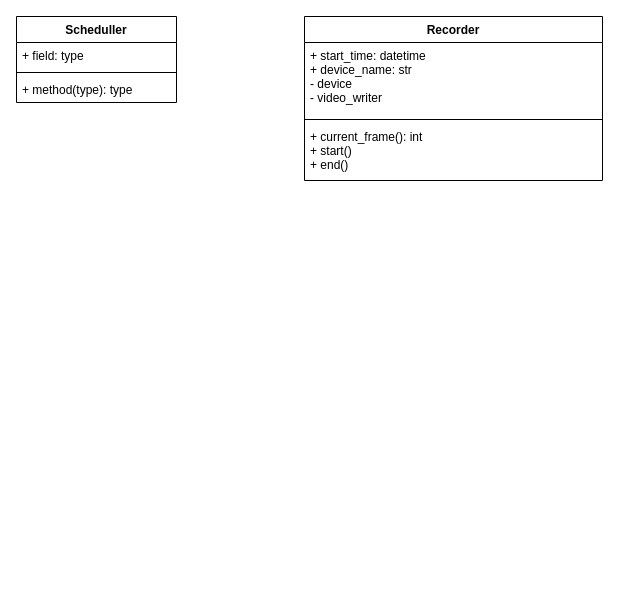
The draw.io diagram docs/design/class_diagram.drawio in gw-team2/Tomoe-RGBcam-sdk, before the edit. Source tidied: cells renumbered, new cells numbered last; positions are measured from the earlier drawing's top-left corner, leaving out a move shared by most shapes. Both pictures are drawn from the tidied source at 100%, with x=0, y=0 at pixel (16, 16).
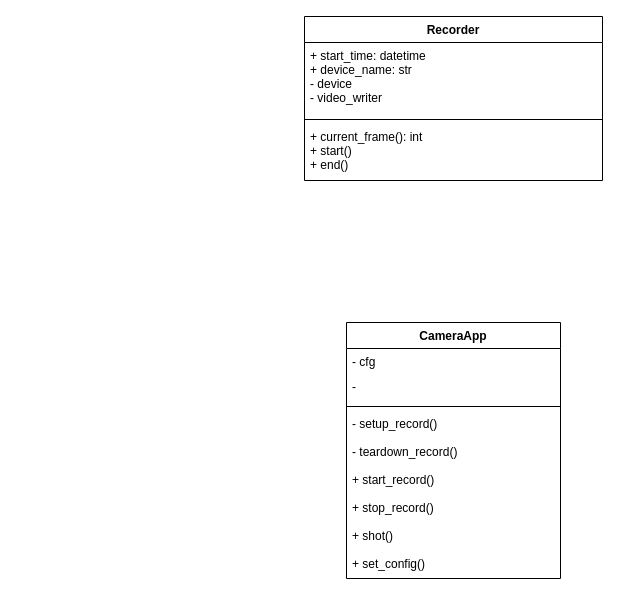
The same page after the edit.

The edit, as a diff of the source:
```diff
@@
 <mxGraphModel>
   <root>
     <mxCell id="0" />
     <mxCell id="1" parent="0" />
-    <mxCell id="2" value="Scheduller" style="swimlane;fontStyle=1;align=center;verticalAlign=top;horizontal=1;startSize=26;" parent="1" vertex="1">
-      <mxGeometry width="160" height="86" as="geometry" />
-    </mxCell>
-    <mxCell id="3" value="+ field: type" style="text;strokeColor=none;fillColor=none;align=left;verticalAlign=top;spacingLeft=4;spacingRight=4;overflow=hidden;" parent="2" vertex="1">
-      <mxGeometry y="26" width="160" height="26" as="geometry" />
-    </mxCell>
-    <mxCell id="4" style="line;strokeWidth=1;fillColor=none;align=left;verticalAlign=middle;spacingTop=-1;spacingLeft=3;spacingRight=3;labelPosition=right;" parent="2" vertex="1">
-      <mxGeometry y="52" width="160" height="8" as="geometry" />
-    </mxCell>
-    <mxCell id="5" value="+ method(type): type" style="text;strokeColor=none;fillColor=none;align=left;verticalAlign=top;spacingLeft=4;spacingRight=4;overflow=hidden;" parent="2" vertex="1">
-      <mxGeometry y="60" width="160" height="26" as="geometry" />
-    </mxCell>
     <mxCell id="6" value="Recorder" style="swimlane;fontStyle=1;align=center;verticalAlign=top;horizontal=1;startSize=26;" parent="1" vertex="1">
       <mxGeometry x="288" width="298" height="164" as="geometry" />
     </mxCell>
     <mxCell id="7" value="+ start_time: datetime&#10;+ device_name: str&#10;- device&#10;- video_writer" style="text;strokeColor=none;fillColor=none;align=left;verticalAlign=top;spacingLeft=4;spacingRight=4;overflow=hidden;" parent="6" vertex="1">
       <mxGeometry y="26" width="298" height="73" as="geometry" />
     </mxCell>
     <mxCell id="8" style="line;strokeWidth=1;fillColor=none;align=left;verticalAlign=middle;spacingTop=-1;spacingLeft=3;spacingRight=3;labelPosition=right;" parent="6" vertex="1">
       <mxGeometry y="99" width="298" height="8" as="geometry" />
     </mxCell>
     <mxCell id="9" value="+ current_frame(): int&#10;+ start()&#10;+ end()" style="text;strokeColor=none;fillColor=none;align=left;verticalAlign=top;spacingLeft=4;spacingRight=4;overflow=hidden;" parent="6" vertex="1">
       <mxGeometry y="107" width="298" height="57" as="geometry" />
     </mxCell>
+    <mxCell id="10" value="CameraApp" style="swimlane;fontStyle=1;align=center;verticalAlign=top;horizontal=1;startSize=26;" parent="1" vertex="1">
+      <mxGeometry x="330" y="306" width="214" height="256" as="geometry" />
+    </mxCell>
+    <mxCell id="11" value="- cfg" style="text;strokeColor=none;fillColor=none;align=left;verticalAlign=top;spacingLeft=4;spacingRight=4;overflow=hidden;" parent="10" vertex="1">
+      <mxGeometry y="26" width="214" height="25" as="geometry" />
+    </mxCell>
+    <mxCell id="12" value="- " style="text;strokeColor=none;fillColor=none;align=left;verticalAlign=top;spacingLeft=4;spacingRight=4;overflow=hidden;" parent="10" vertex="1">
+      <mxGeometry y="51" width="214" height="29" as="geometry" />
+    </mxCell>
+    <mxCell id="13" style="line;strokeWidth=1;fillColor=none;align=left;verticalAlign=middle;spacingTop=-1;spacingLeft=3;spacingRight=3;labelPosition=right;" parent="10" vertex="1">
+      <mxGeometry y="80" width="214" height="8" as="geometry" />
+    </mxCell>
+    <mxCell id="14" value="- setup_record()" style="text;strokeColor=none;fillColor=none;align=left;verticalAlign=top;spacingLeft=4;spacingRight=4;overflow=hidden;" parent="10" vertex="1">
+      <mxGeometry y="88" width="214" height="28" as="geometry" />
+    </mxCell>
+    <mxCell id="15" value="- teardown_record()" style="text;strokeColor=none;fillColor=none;align=left;verticalAlign=top;spacingLeft=4;spacingRight=4;overflow=hidden;" parent="10" vertex="1">
+      <mxGeometry y="116" width="214" height="28" as="geometry" />
+    </mxCell>
+    <mxCell id="16" value="+ start_record()" style="text;strokeColor=none;fillColor=none;align=left;verticalAlign=top;spacingLeft=4;spacingRight=4;overflow=hidden;" parent="10" vertex="1">
+      <mxGeometry y="144" width="214" height="28" as="geometry" />
+    </mxCell>
+    <mxCell id="17" value="+ stop_record()" style="text;strokeColor=none;fillColor=none;align=left;verticalAlign=top;spacingLeft=4;spacingRight=4;overflow=hidden;" parent="10" vertex="1">
+      <mxGeometry y="172" width="214" height="28" as="geometry" />
+    </mxCell>
+    <mxCell id="18" value="+ shot()" style="text;strokeColor=none;fillColor=none;align=left;verticalAlign=top;spacingLeft=4;spacingRight=4;overflow=hidden;" parent="10" vertex="1">
+      <mxGeometry y="200" width="214" height="28" as="geometry" />
+    </mxCell>
+    <mxCell id="19" value="+ set_config()" style="text;strokeColor=none;fillColor=none;align=left;verticalAlign=top;spacingLeft=4;spacingRight=4;overflow=hidden;" parent="10" vertex="1">
+      <mxGeometry y="228" width="214" height="28" as="geometry" />
+    </mxCell>
   </root>
 </mxGraphModel>
```
